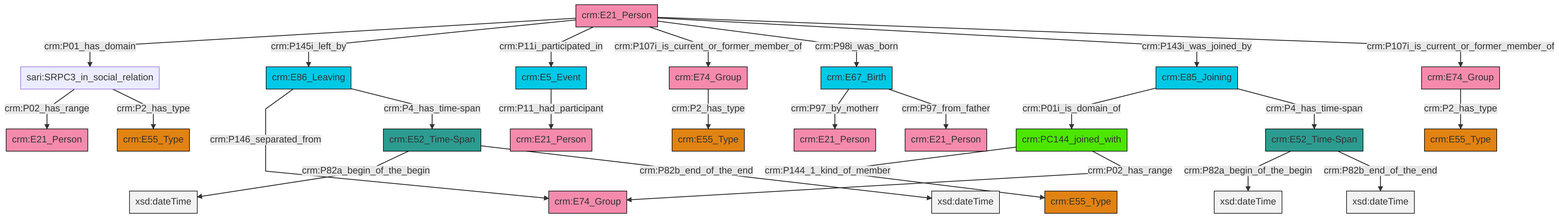
swiss-art-research-net/reference-data-models keeps this Mermaid diagram as et/personCSV/ttl/mmd/png/Person_Actor_Relations.png. Above is the earlier version. Its source is kept beside it as et/personCSV/ttl/mmd/Person_Actor_Relations.ttl.mmd.
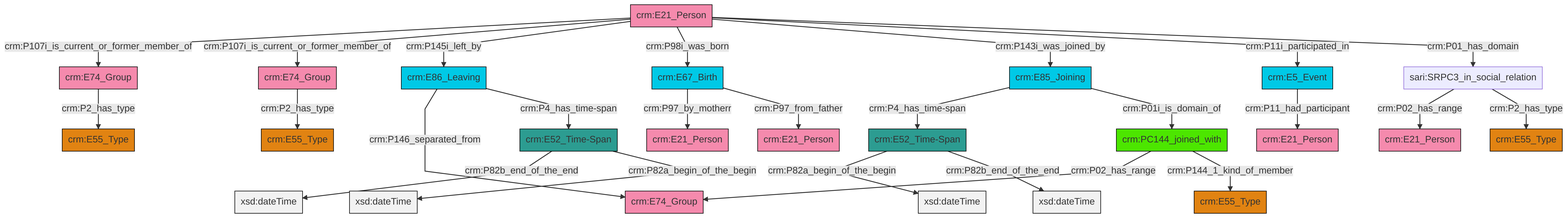
Above is the later version.

What changed in the source:
```diff
@@ -13,27 +13,27 @@
 classDef PC_Classes fill:#4ce600, stroke:#000000;
 classDef Multi fill:#cccccc,stroke:#000000;
 
-0["sari:SRPC3_in_social_relation"]:::Default -->|crm:P02_has_range| 1["crm:E21_Person"]:::Actor
-2["crm:E74_Group"]:::Actor -->|crm:P2_has_type| 3["crm:E55_Type"]:::Type
-4["crm:E85_Joining"]:::Temporal_Entity -->|crm:P01i_is_domain_of| 5["crm:PC144_joined_with"]:::PC_Classes
-10["crm:E21_Person"]:::Actor -->|crm:P01_has_domain| 0["sari:SRPC3_in_social_relation"]:::Default
-5["crm:PC144_joined_with"]:::PC_Classes -->|crm:P144_1_kind_of_member| 11["crm:E55_Type"]:::Type
-12["crm:E86_Leaving"]:::Temporal_Entity -->|crm:P146_separated_from| 8["crm:E74_Group"]:::Actor
-13["crm:E74_Group"]:::Actor -->|crm:P2_has_type| 14["crm:E55_Type"]:::Type
-15["crm:E52_Time-Span"]:::Time-Span -->|crm:P82a_begin_of_the_begin| 16[xsd:dateTime]:::Literal
-10["crm:E21_Person"]:::Actor -->|crm:P145i_left_by| 12["crm:E86_Leaving"]:::Temporal_Entity
-10["crm:E21_Person"]:::Actor -->|crm:P11i_participated_in| 30["crm:E5_Event"]:::Temporal_Entity
-10["crm:E21_Person"]:::Actor -->|crm:P107i_is_current_or_former_member_of| 13["crm:E74_Group"]:::Actor
-23["crm:E67_Birth"]:::Temporal_Entity -->|crm:P97_by_motherr| 6["crm:E21_Person"]:::Actor
-35["crm:E52_Time-Span"]:::Time-Span -->|crm:P82a_begin_of_the_begin| 36[xsd:dateTime]:::Literal
-0["sari:SRPC3_in_social_relation"]:::Default -->|crm:P2_has_type| 32["crm:E55_Type"]:::Type
-35["crm:E52_Time-Span"]:::Time-Span -->|crm:P82b_end_of_the_end| 37[xsd:dateTime]:::Literal
-10["crm:E21_Person"]:::Actor -->|crm:P98i_was_born| 23["crm:E67_Birth"]:::Temporal_Entity
-4["crm:E85_Joining"]:::Temporal_Entity -->|crm:P4_has_time-span| 35["crm:E52_Time-Span"]:::Time-Span
-5["crm:PC144_joined_with"]:::PC_Classes -->|crm:P02_has_range| 8["crm:E74_Group"]:::Actor
-12["crm:E86_Leaving"]:::Temporal_Entity -->|crm:P4_has_time-span| 15["crm:E52_Time-Span"]:::Time-Span
-30["crm:E5_Event"]:::Temporal_Entity -->|crm:P11_had_participant| 27["crm:E21_Person"]:::Actor
-10["crm:E21_Person"]:::Actor -->|crm:P143i_was_joined_by| 4["crm:E85_Joining"]:::Temporal_Entity
-10["crm:E21_Person"]:::Actor -->|crm:P107i_is_current_or_former_member_of| 2["crm:E74_Group"]:::Actor
-23["crm:E67_Birth"]:::Temporal_Entity -->|crm:P97_from_father| 18["crm:E21_Person"]:::Actor
-15["crm:E52_Time-Span"]:::Time-Span -->|crm:P82b_end_of_the_end| 44[xsd:dateTime]:::Literal
+6["crm:E21_Person"]:::Actor -->|crm:P107i_is_current_or_former_member_of| 7["crm:E74_Group"]:::Actor
+8["crm:E86_Leaving"]:::Temporal_Entity -->|crm:P146_separated_from| 4["crm:E74_Group"]:::Actor
+9["crm:E52_Time-Span"]:::Time-Span -->|crm:P82b_end_of_the_end| 10[xsd:dateTime]:::Literal
+6["crm:E21_Person"]:::Actor -->|crm:P107i_is_current_or_former_member_of| 11["crm:E74_Group"]:::Actor
+16["crm:E85_Joining"]:::Temporal_Entity -->|crm:P4_has_time-span| 17["crm:E52_Time-Span"]:::Time-Span
+12["sari:SRPC3_in_social_relation"]:::Default -->|crm:P02_has_range| 18["crm:E21_Person"]:::Actor
+17["crm:E52_Time-Span"]:::Time-Span -->|crm:P82a_begin_of_the_begin| 19[xsd:dateTime]:::Literal
+22["crm:PC144_joined_with"]:::PC_Classes -->|crm:P02_has_range| 4["crm:E74_Group"]:::Actor
+14["crm:E67_Birth"]:::Temporal_Entity -->|crm:P97_by_motherr| 23["crm:E21_Person"]:::Actor
+17["crm:E52_Time-Span"]:::Time-Span -->|crm:P82b_end_of_the_end| 30[xsd:dateTime]:::Literal
+0["crm:E5_Event"]:::Temporal_Entity -->|crm:P11_had_participant| 31["crm:E21_Person"]:::Actor
+16["crm:E85_Joining"]:::Temporal_Entity -->|crm:P01i_is_domain_of| 22["crm:PC144_joined_with"]:::PC_Classes
+22["crm:PC144_joined_with"]:::PC_Classes -->|crm:P144_1_kind_of_member| 27["crm:E55_Type"]:::Type
+7["crm:E74_Group"]:::Actor -->|crm:P2_has_type| 2["crm:E55_Type"]:::Type
+6["crm:E21_Person"]:::Actor -->|crm:P145i_left_by| 8["crm:E86_Leaving"]:::Temporal_Entity
+6["crm:E21_Person"]:::Actor -->|crm:P98i_was_born| 14["crm:E67_Birth"]:::Temporal_Entity
+12["sari:SRPC3_in_social_relation"]:::Default -->|crm:P2_has_type| 35["crm:E55_Type"]:::Type
+8["crm:E86_Leaving"]:::Temporal_Entity -->|crm:P4_has_time-span| 9["crm:E52_Time-Span"]:::Time-Span
+6["crm:E21_Person"]:::Actor -->|crm:P143i_was_joined_by| 16["crm:E85_Joining"]:::Temporal_Entity
+9["crm:E52_Time-Span"]:::Time-Span -->|crm:P82a_begin_of_the_begin| 40[xsd:dateTime]:::Literal
+11["crm:E74_Group"]:::Actor -->|crm:P2_has_type| 20["crm:E55_Type"]:::Type
+6["crm:E21_Person"]:::Actor -->|crm:P11i_participated_in| 0["crm:E5_Event"]:::Temporal_Entity
+6["crm:E21_Person"]:::Actor -->|crm:P01_has_domain| 12["sari:SRPC3_in_social_relation"]:::Default
+14["crm:E67_Birth"]:::Temporal_Entity -->|crm:P97_from_father| 44["crm:E21_Person"]:::Actor
```
